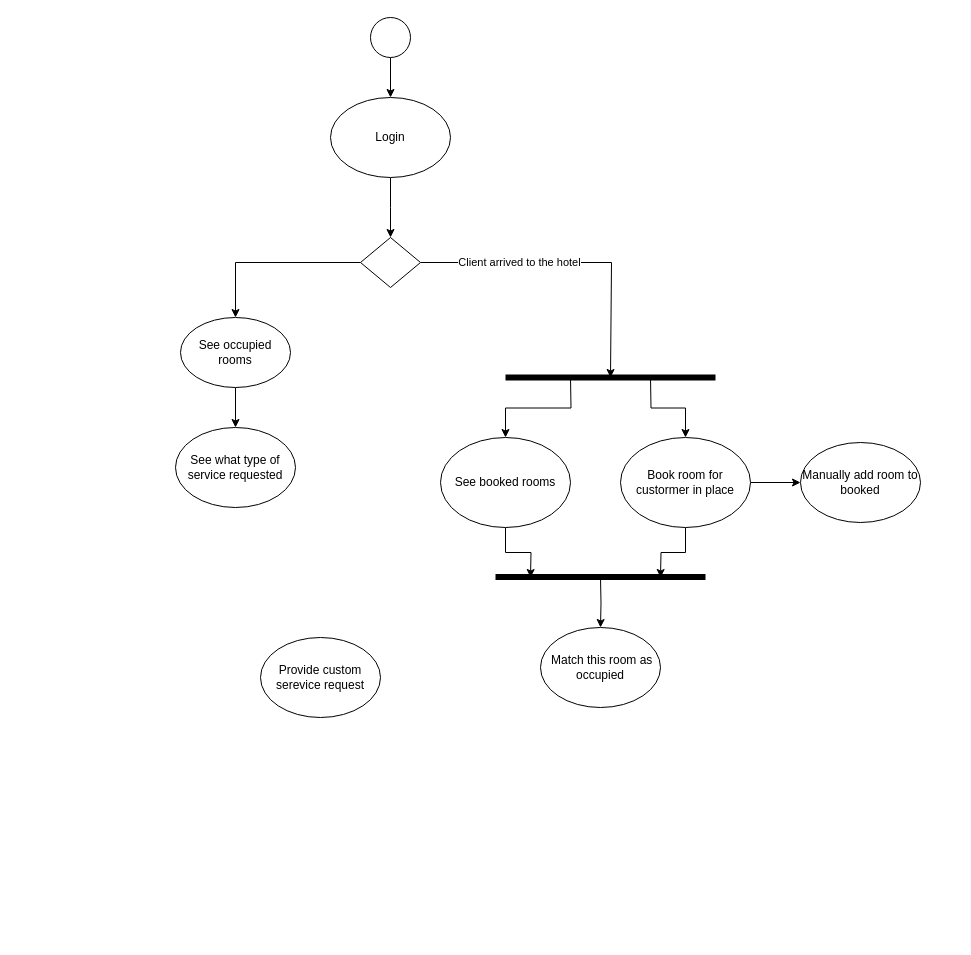
Earlier version of the draw.io diagram Admin-activity-diagram.drawio (Maksym-Perehinets/TSPP). Source tidied: cells renumbered, new cells numbered last; positions are measured from the earlier drawing's top-left corner, leaving out a move shared by most shapes. Both pictures are drawn from the tidied source at 100%, with x=0, y=0 at pixel (175, 17).
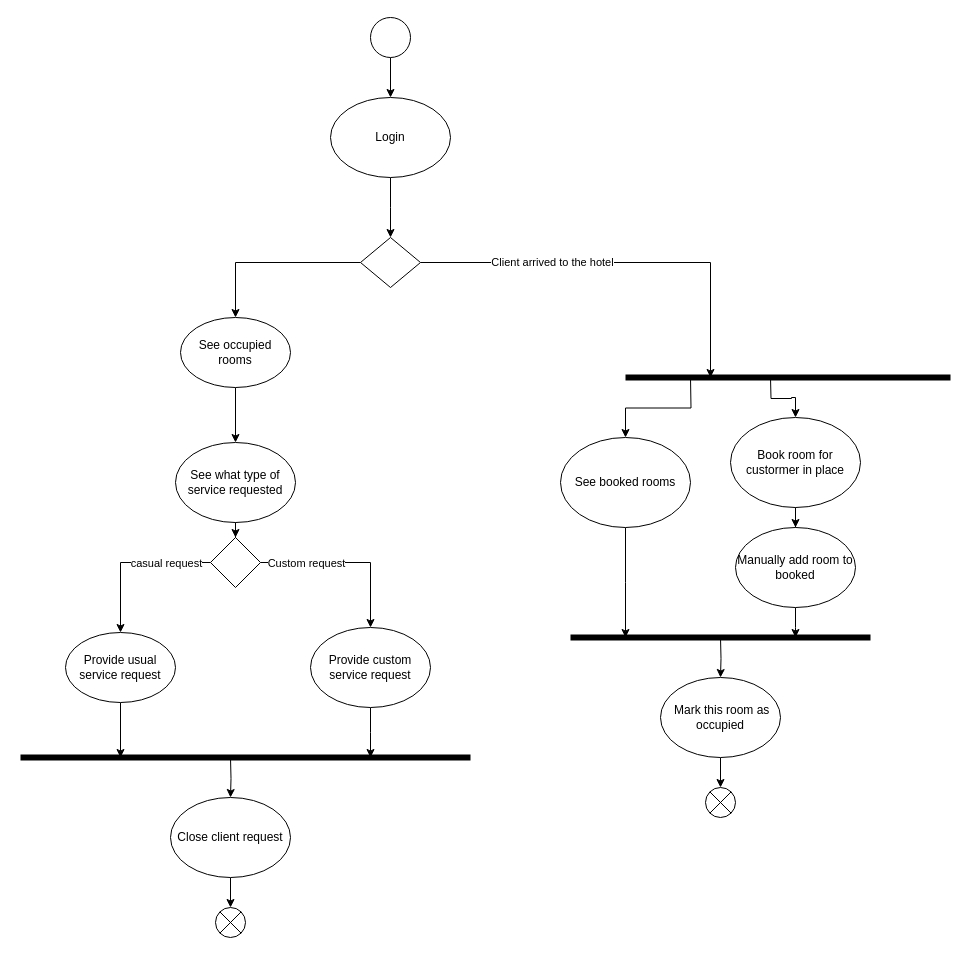
Above is the later version.

The change refers to these unchanged cells:
```xml
<mxCell id="20" style="rhombus;whiteSpace=wrap;html=1;" parent="1" vertex="1">
  <mxGeometry x="185" y="220" width="60" height="50" as="geometry" />
</mxCell>
```

Diff of the diagram source:
```diff
@@
     <mxCell id="6" style="edgeStyle=orthogonalEdgeStyle;rounded=0;jettySize=auto;html=1;" parent="1" edge="1" target="8">
       <mxGeometry relative="1" as="geometry">
-        <mxPoint x="395" y="360" as="sourcePoint" />
+        <mxPoint x="515" y="360" as="sourcePoint" />
       </mxGeometry>
     </mxCell>
     <mxCell id="7" style="edgeStyle=orthogonalEdgeStyle;rounded=0;jettySize=auto;html=1;" parent="1" edge="1" source="8">
       <mxGeometry relative="1" as="geometry">
-        <mxPoint x="355" y="560" as="targetPoint" />
+        <mxPoint x="450" y="620" as="targetPoint" />
       </mxGeometry>
     </mxCell>
     <mxCell id="8" value="&lt;br&gt;&lt;div&gt;See booked rooms&lt;/div&gt;&lt;div&gt;&lt;br&gt;&lt;/div&gt;" style="ellipse;whiteSpace=wrap;html=1;" parent="1" vertex="1">
-      <mxGeometry x="265" y="420" width="130" height="90" as="geometry" />
+      <mxGeometry x="385" y="420" width="130" height="90" as="geometry" />
     </mxCell>
     <mxCell id="9" style="endArrow=none;html=1;rounded=0;strokeWidth=6;" parent="1" edge="1">
       <mxGeometry relative="1" as="geometry">
-        <mxPoint x="330" y="360" as="sourcePoint" />
-        <mxPoint x="540" y="360" as="targetPoint" />
+        <mxPoint x="450" y="360" as="sourcePoint" />
+        <mxPoint x="775" y="360" as="targetPoint" />
       </mxGeometry>
     </mxCell>
     <mxCell id="10" style="edgeStyle=orthogonalEdgeStyle;rounded=0;jettySize=auto;html=1;" parent="1" edge="1" target="13">
       <mxGeometry relative="1" as="geometry">
-        <mxPoint x="475" y="360" as="sourcePoint" />
+        <mxPoint x="595" y="360" as="sourcePoint" />
       </mxGeometry>
     </mxCell>
-    <mxCell id="11" style="edgeStyle=orthogonalEdgeStyle;rounded=0;jettySize=auto;html=1;" parent="1" edge="1" source="13">
-      <mxGeometry relative="1" as="geometry">
-        <mxPoint x="485" y="560" as="targetPoint" />
-      </mxGeometry>
-    </mxCell>
-    <mxCell id="12" style="edgeStyle=orthogonalEdgeStyle;rounded=0;jettySize=auto;html=1;entryX=0;entryY=0.5;entryDx=0;entryDy=0;" parent="1" edge="1" source="13" target="14">
+    <mxCell id="12" style="edgeStyle=orthogonalEdgeStyle;rounded=0;jettySize=auto;html=1;" parent="1" edge="1" source="13" target="14">
       <mxGeometry relative="1" as="geometry" />
     </mxCell>
     <mxCell id="13" value="Book room for custormer in place " style="ellipse;whiteSpace=wrap;html=1;" parent="1" vertex="1">
-      <mxGeometry x="445" y="420" width="130" height="90" as="geometry" />
+      <mxGeometry x="555" y="400" width="130" height="90" as="geometry" />
     </mxCell>
+    <mxCell id="25" style="edgeStyle=orthogonalEdgeStyle;rounded=0;jettySize=auto;html=1;" parent="1" edge="1" source="14">
+      <mxGeometry relative="1" as="geometry">
+        <mxPoint x="620" y="620" as="targetPoint" />
+      </mxGeometry>
+    </mxCell>
     <mxCell id="14" value="Manually add room to booked " style="ellipse;whiteSpace=wrap;html=1;" parent="1" vertex="1">
-      <mxGeometry x="625" y="425" width="120" height="80" as="geometry" />
+      <mxGeometry x="560" y="510" width="120" height="80" as="geometry" />
     </mxCell>
-    <mxCell id="15" style="edgeStyle=orthogonalEdgeStyle;rounded=0;jettySize=auto;html=1;" parent="1" edge="1" target="16">
-      <mxGeometry relative="1" as="geometry">
-        <mxPoint x="425" y="560" as="sourcePoint" />
-      </mxGeometry>
-    </mxCell>
+    <mxCell id="26" style="edgeStyle=orthogonalEdgeStyle;rounded=0;jettySize=auto;html=1;" parent="1" edge="1" target="16">
+      <mxGeometry relative="1" as="geometry">
+        <mxPoint x="545" y="620" as="sourcePoint" />
+      </mxGeometry>
+    </mxCell>
+    <mxCell id="27" style="edgeStyle=orthogonalEdgeStyle;rounded=0;jettySize=auto;html=1;entryX=0.5;entryY=0;entryDx=0;entryDy=0;" parent="1" edge="1" source="16" target="42">
+      <mxGeometry relative="1" as="geometry" />
+    </mxCell>
-    <mxCell id="16" value="&amp;nbsp;Match this room as occupied" style="ellipse;whiteSpace=wrap;html=1;" parent="1" vertex="1">
-      <mxGeometry x="365" y="610" width="120" height="80" as="geometry" />
+    <mxCell id="16" value="&amp;nbsp;Mark this room as occupied" style="ellipse;whiteSpace=wrap;html=1;" parent="1" vertex="1">
+      <mxGeometry x="485" y="660" width="120" height="80" as="geometry" />
     </mxCell>
     <mxCell id="17" style="endArrow=none;html=1;rounded=0;strokeWidth=6;" parent="1" edge="1">
       <mxGeometry relative="1" as="geometry">
-        <mxPoint x="320" y="559.6" as="sourcePoint" />
-        <mxPoint x="530" y="559.6" as="targetPoint" />
+        <mxPoint x="395" y="620" as="sourcePoint" />
+        <mxPoint x="695" y="620" as="targetPoint" />
       </mxGeometry>
     </mxCell>
     <mxCell id="18" value="Client arrived to the hotel" style="edgeStyle=orthogonalEdgeStyle;rounded=0;jettySize=auto;html=1;" parent="1" edge="1" source="20">
       <mxGeometry x="-0.35" relative="1" as="geometry">
-        <mxPoint x="435" y="360" as="targetPoint" />
+        <mxPoint x="535" y="360" as="targetPoint" />
         <Array as="points">
-          <mxPoint x="436" y="245" />
-          <mxPoint x="436" y="360" />
+          <mxPoint x="535" y="245" />
+          <mxPoint x="535" y="360" />
         </Array>
       </mxGeometry>
     </mxCell>
@@
+    <mxCell id="28" style="edgeStyle=orthogonalEdgeStyle;rounded=0;jettySize=auto;html=1;entryX=0.5;entryY=0;entryDx=0;entryDy=0;" parent="1" edge="1" source="23" target="34">
+      <mxGeometry relative="1" as="geometry" />
+    </mxCell>
     <mxCell id="23" value="See what type of service requested" style="ellipse;whiteSpace=wrap;html=1;" parent="1" vertex="1">
-      <mxGeometry y="410" width="120" height="80" as="geometry" />
+      <mxGeometry y="425" width="120" height="80" as="geometry" />
     </mxCell>
+    <mxCell id="29" style="edgeStyle=orthogonalEdgeStyle;rounded=0;jettySize=auto;html=1;" parent="1" edge="1" source="24">
+      <mxGeometry relative="1" as="geometry">
+        <mxPoint x="195" y="740" as="targetPoint" />
+      </mxGeometry>
+    </mxCell>
-    <mxCell id="24" value="&lt;div&gt;Provide custom serevice request&lt;/div&gt;" style="ellipse;whiteSpace=wrap;html=1;" parent="1" vertex="1">
-      <mxGeometry x="85" y="620" width="120" height="80" as="geometry" />
+    <mxCell id="24" value="&lt;div&gt;Provide custom service request&lt;/div&gt;" style="ellipse;whiteSpace=wrap;html=1;" parent="1" vertex="1">
+      <mxGeometry x="135" y="610" width="120" height="80" as="geometry" />
     </mxCell>
+    <mxCell id="30" style="edgeStyle=orthogonalEdgeStyle;rounded=0;jettySize=auto;html=1;entryX=0.5;entryY=0;entryDx=0;entryDy=0;" parent="1" edge="1" source="34" target="24">
+      <mxGeometry relative="1" as="geometry" />
+    </mxCell>
+    <mxCell id="31" value="Custom request" style="edgeLabel;html=1;align=center;verticalAlign=middle;" parent="30" vertex="1">
+      <mxGeometry x="-0.6" y="-4" relative="1" as="geometry">
+        <mxPoint x="10" y="-4" as="offset" />
+      </mxGeometry>
+    </mxCell>
+    <mxCell id="32" style="edgeStyle=orthogonalEdgeStyle;rounded=0;jettySize=auto;html=1;" parent="1" edge="1" source="34" target="36">
+      <mxGeometry relative="1" as="geometry" />
+    </mxCell>
+    <mxCell id="33" value="casual request" style="edgeLabel;html=1;align=center;verticalAlign=middle;" parent="32" vertex="1">
+      <mxGeometry x="-0.3" y="1" relative="1" as="geometry">
+        <mxPoint x="11" y="-1" as="offset" />
+      </mxGeometry>
+    </mxCell>
+    <mxCell id="34" style="rhombus;whiteSpace=wrap;html=1;" parent="1" vertex="1">
+      <mxGeometry x="35" y="520" width="50" height="50" as="geometry" />
+    </mxCell>
+    <mxCell id="35" style="edgeStyle=orthogonalEdgeStyle;rounded=0;jettySize=auto;html=1;" parent="1" edge="1" source="36">
+      <mxGeometry relative="1" as="geometry">
+        <mxPoint x="-55" y="740" as="targetPoint" />
+      </mxGeometry>
+    </mxCell>
+    <mxCell id="36" value="&lt;div&gt;Provide usual service request&lt;/div&gt;" style="ellipse;whiteSpace=wrap;html=1;" parent="1" vertex="1">
+      <mxGeometry x="-110" y="615" width="110" height="70" as="geometry" />
+    </mxCell>
+    <mxCell id="37" style="endArrow=none;html=1;rounded=0;strokeWidth=6;" parent="1" edge="1">
+      <mxGeometry relative="1" as="geometry">
+        <mxPoint x="-155" y="740" as="sourcePoint" />
+        <mxPoint x="295" y="740" as="targetPoint" />
+      </mxGeometry>
+    </mxCell>
+    <mxCell id="38" style="edgeStyle=orthogonalEdgeStyle;rounded=0;jettySize=auto;html=1;" parent="1" edge="1" target="40">
+      <mxGeometry relative="1" as="geometry">
+        <mxPoint x="55" y="740" as="sourcePoint" />
+      </mxGeometry>
+    </mxCell>
+    <mxCell id="39" style="edgeStyle=orthogonalEdgeStyle;rounded=0;jettySize=auto;html=1;entryX=0.5;entryY=0;entryDx=0;entryDy=0;" parent="1" edge="1" source="40" target="41">
+      <mxGeometry relative="1" as="geometry" />
+    </mxCell>
+    <mxCell id="40" value="Close client request" style="ellipse;whiteSpace=wrap;html=1;" parent="1" vertex="1">
+      <mxGeometry x="-5" y="780" width="120" height="80" as="geometry" />
+    </mxCell>
+    <mxCell id="41" style="shape=sumEllipse;perimeter=ellipsePerimeter;html=1;backgroundOutline=1;" parent="1" vertex="1">
+      <mxGeometry x="40" y="890" width="30" height="30" as="geometry" />
+    </mxCell>
+    <mxCell id="42" style="shape=sumEllipse;perimeter=ellipsePerimeter;html=1;backgroundOutline=1;" parent="1" vertex="1">
+      <mxGeometry x="530" y="770" width="30" height="30" as="geometry" />
+    </mxCell>
```
